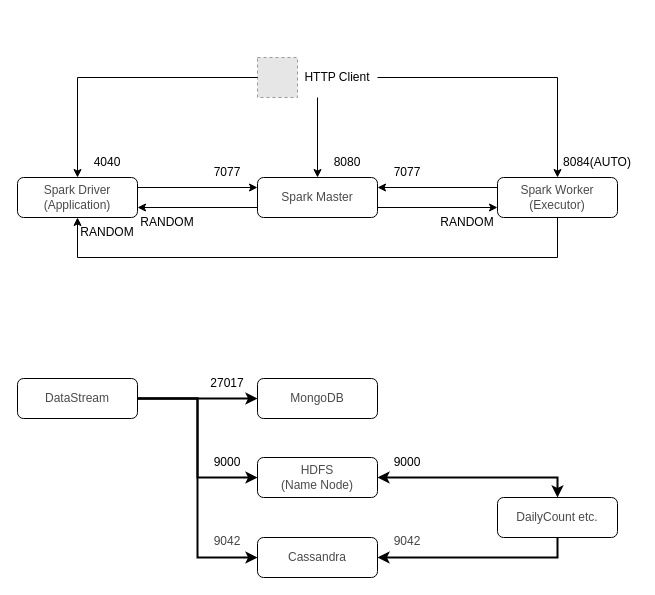
mata-elang-stable/DevelopersGuide keeps this draw.io diagram as page "Spark" (7 of 12) of Developer's Guide/MataElang Services.drawio. Above is the earlier version. Source tidied: cells renumbered, new cells numbered last; positions are measured from the earlier drawing's top-left corner, leaving out a move shared by most shapes. Both pictures are drawn from the tidied source at 100%, with x=0, y=0 at pixel (17, 57). Pictures stored in the file or linked from it are replaced by grey dashed boxes.
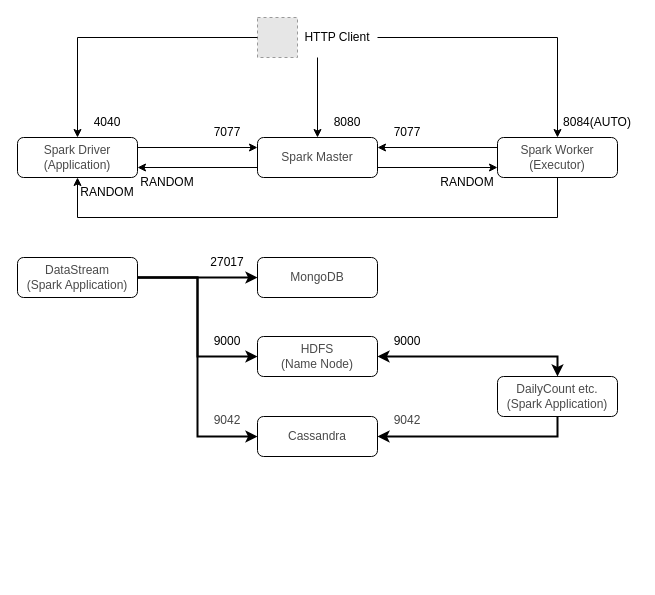
The same diagram, later.

Diff of the diagram source:
```diff
@@
     <mxCell id="2" style="group;" parent="1" vertex="1">
-      <mxGeometry width="620" height="200" as="geometry" />
+      <mxGeometry y="-40" width="620" height="200" as="geometry" />
     </mxCell>
@@
     <mxCell id="25" style="group;" parent="1" vertex="1">
-      <mxGeometry y="311" width="600" height="209" as="geometry" />
+      <mxGeometry y="190" width="600" height="209" as="geometry" />
     </mxCell>
-    <mxCell id="26" value="&lt;font color=&quot;#4a4a4a&quot;&gt;&lt;span style=&quot;background-color: rgb(255 , 255 , 255)&quot;&gt;DataStream&lt;br&gt;&lt;/span&gt;&lt;/font&gt;" style="rounded=1;whiteSpace=wrap;html=1;fontSize=12;glass=0;strokeWidth=1;shadow=0;" parent="25" vertex="1">
+    <mxCell id="26" value="&lt;font color=&quot;#4a4a4a&quot;&gt;&lt;span style=&quot;background-color: rgb(255 , 255 , 255)&quot;&gt;DataStream&lt;br&gt;(Spark Application)&lt;br&gt;&lt;/span&gt;&lt;/font&gt;" style="rounded=1;whiteSpace=wrap;html=1;fontSize=12;glass=0;strokeWidth=1;shadow=0;" parent="25" vertex="1">
       <mxGeometry y="10" width="120" height="40" as="geometry" />
     </mxCell>
@@
-    <mxCell id="31" value="&lt;font color=&quot;#4a4a4a&quot;&gt;&lt;span style=&quot;background-color: rgb(255 , 255 , 255)&quot;&gt;DailyCount etc.&lt;br&gt;&lt;/span&gt;&lt;/font&gt;" style="rounded=1;whiteSpace=wrap;html=1;fontSize=12;glass=0;strokeWidth=1;shadow=0;" parent="25" vertex="1">
+    <mxCell id="31" value="&lt;font color=&quot;#4a4a4a&quot;&gt;&lt;span style=&quot;background-color: rgb(255 , 255 , 255)&quot;&gt;DailyCount etc.&lt;br&gt;(Spark Application)&lt;br&gt;&lt;/span&gt;&lt;/font&gt;" style="rounded=1;whiteSpace=wrap;html=1;fontSize=12;glass=0;strokeWidth=1;shadow=0;" parent="25" vertex="1">
       <mxGeometry x="480" y="129" width="120" height="40" as="geometry" />
     </mxCell>
```
